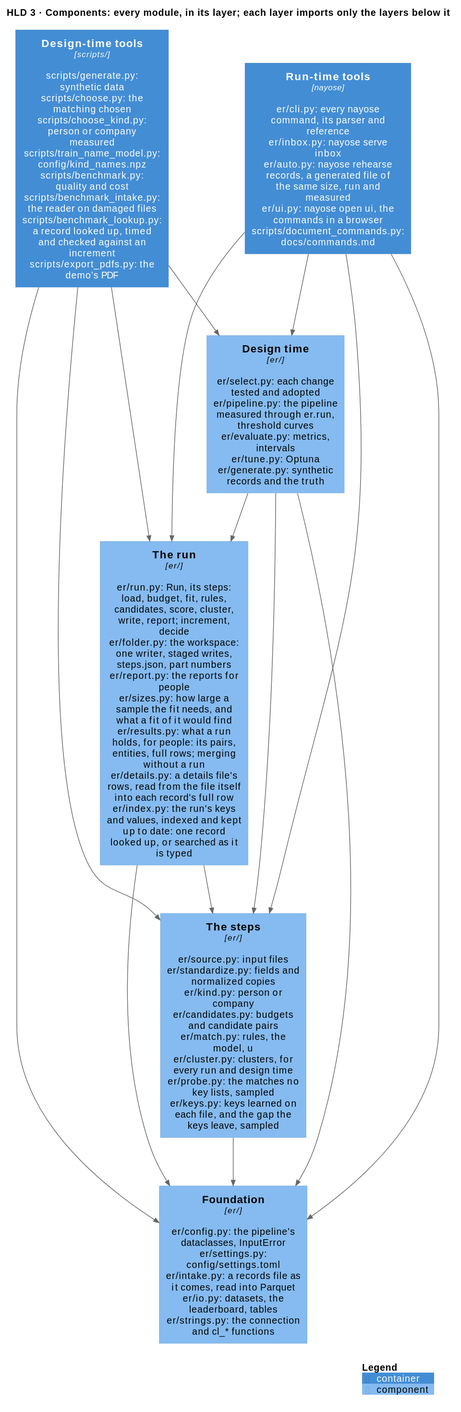
Above: docs/diagrams/components.svg in mvsbm/entity_matching (PlantUML), before the change.
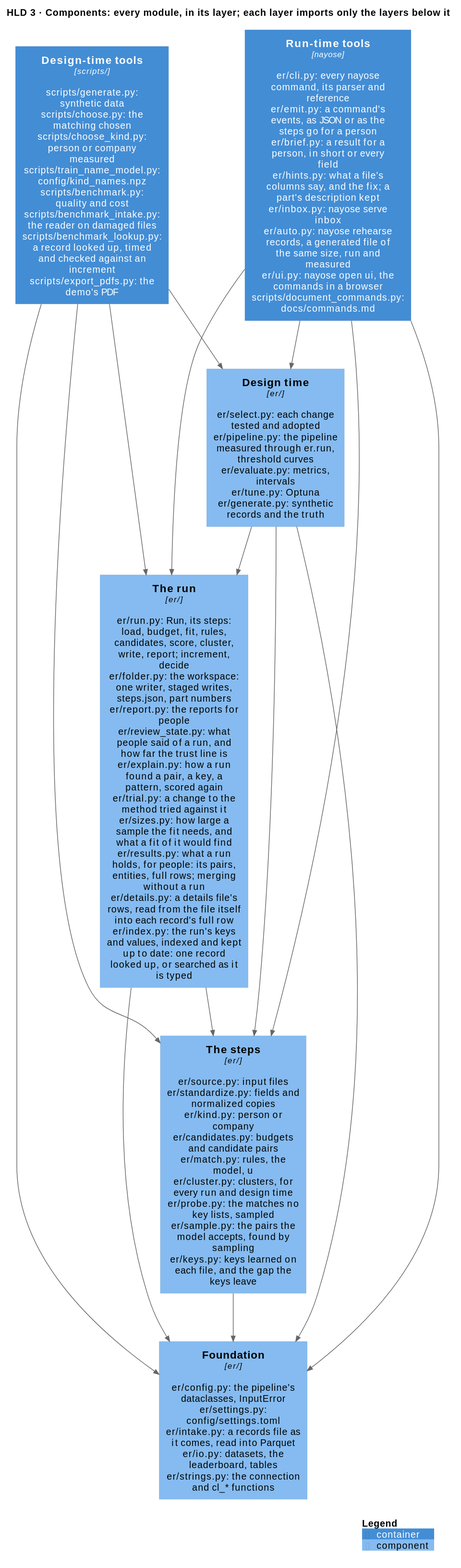
The same diagram one commit later.

The edit, as a diff of the source:
```diff
@@ -4,12 +4,12 @@
 HIDE_STEREOTYPE()
 title HLD 3 · Components: every module, in its layer; each layer imports only the layers below it
 
-Container(tools_run, "Run-time tools", "nayose", "er/cli.py: every nayose command, its parser and reference\ner/inbox.py: nayose serve inbox\ner/auto.py: nayose rehearse records, a generated file of the same size, run and measured\ner/ui.py: nayose open ui, the commands in a browser\nscripts/document_commands.py: docs/commands.md")
+Container(tools_run, "Run-time tools", "nayose", "er/cli.py: every nayose command, its parser and reference\ner/emit.py: a command's events, as JSON or as the steps go for a person\ner/brief.py: a result for a person, in short or every field\ner/hints.py: what a file's columns say, and the fix; a part's description kept\ner/inbox.py: nayose serve inbox\ner/auto.py: nayose rehearse records, a generated file of the same size, run and measured\ner/ui.py: nayose open ui, the commands in a browser\nscripts/document_commands.py: docs/commands.md")
 Container(tools_design, "Design-time tools", "scripts/", "scripts/generate.py: synthetic data\nscripts/choose.py: the matching chosen\nscripts/choose_kind.py: person or company measured\nscripts/train_name_model.py: config/kind_names.npz\nscripts/benchmark.py: quality and cost\nscripts/benchmark_intake.py: the reader on damaged files\nscripts/benchmark_lookup.py: a record looked up, timed and checked against an increment\nscripts/export_pdfs.py: the demo's PDF")
 
-Component(run, "The run", "er/", "er/run.py: Run, its steps: load, budget, fit, rules, candidates, score, cluster, write, report; increment, decide\ner/folder.py: the workspace: one writer, staged writes, steps.json, part numbers\ner/report.py: the reports for people\ner/sizes.py: how large a sample the fit needs, and what a fit of it would find\ner/results.py: what a run holds, for people: its pairs, entities, full rows; merging without a run\ner/details.py: a details file's rows, read from the file itself into each record's full row\ner/index.py: the run's keys and values, indexed and kept up to date: one record looked up, or searched as it is typed")
+Component(run, "The run", "er/", "er/run.py: Run, its steps: load, budget, fit, rules, candidates, score, cluster, write, report; increment, decide\ner/folder.py: the workspace: one writer, staged writes, steps.json, part numbers\ner/report.py: the reports for people\ner/review_state.py: what people said of a run, and how far the trust line is\ner/explain.py: how a run found a pair, a key, a pattern, scored again\ner/trial.py: a change to the method tried against it\ner/sizes.py: how large a sample the fit needs, and what a fit of it would find\ner/results.py: what a run holds, for people: its pairs, entities, full rows; merging without a run\ner/details.py: a details file's rows, read from the file itself into each record's full row\ner/index.py: the run's keys and values, indexed and kept up to date: one record looked up, or searched as it is typed")
 Component(design, "Design time", "er/", "er/select.py: each change tested and adopted\ner/pipeline.py: the pipeline measured through er.run, threshold curves\ner/evaluate.py: metrics, intervals\ner/tune.py: Optuna\ner/generate.py: synthetic records and the truth")
-Component(steps, "The steps", "er/", "er/source.py: input files\ner/standardize.py: fields and normalized copies\ner/kind.py: person or company\ner/candidates.py: budgets and candidate pairs\ner/match.py: rules, the model, u\ner/cluster.py: clusters, for every run and design time\ner/probe.py: the matches no key lists, sampled\ner/keys.py: keys learned on each file, and the gap the keys leave, sampled")
+Component(steps, "The steps", "er/", "er/source.py: input files\ner/standardize.py: fields and normalized copies\ner/kind.py: person or company\ner/candidates.py: budgets and candidate pairs\ner/match.py: rules, the model, u\ner/cluster.py: clusters, for every run and design time\ner/probe.py: the matches no key lists, sampled\ner/sample.py: the pairs the model accepts, found by sampling\ner/keys.py: keys learned on each file, and the gap the keys leave")
 Component(configuration, "Foundation", "er/", "er/config.py: the pipeline's dataclasses, InputError\ner/settings.py: config/settings.toml\ner/intake.py: a records file as it comes, read into Parquet\ner/io.py: datasets, the leaderboard, tables\ner/strings.py: the connection and cl_* functions")
 
 Rel_D(tools_run, run, "")
```
